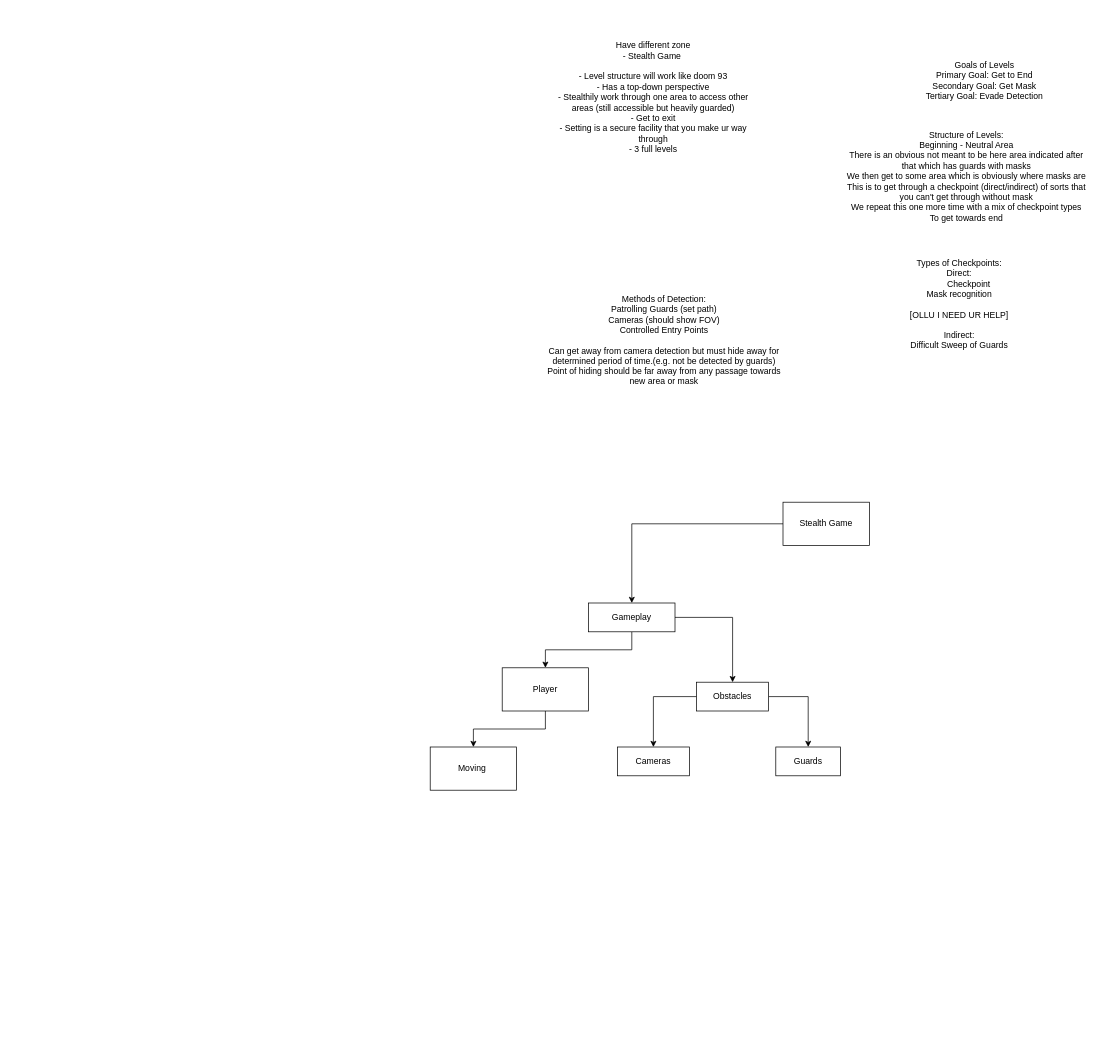
TheTagRapper/GGGJ-26-tagrap keeps this draw.io diagram as Comp Diagram.drawio. Above is the earlier version. Source tidied: cells renumbered, new cells numbered last; positions are measured from the earlier drawing's top-left corner, leaving out a move shared by most shapes. Both pictures are drawn from the tidied source at 72%, with x=0, y=0 at pixel (430, 41).
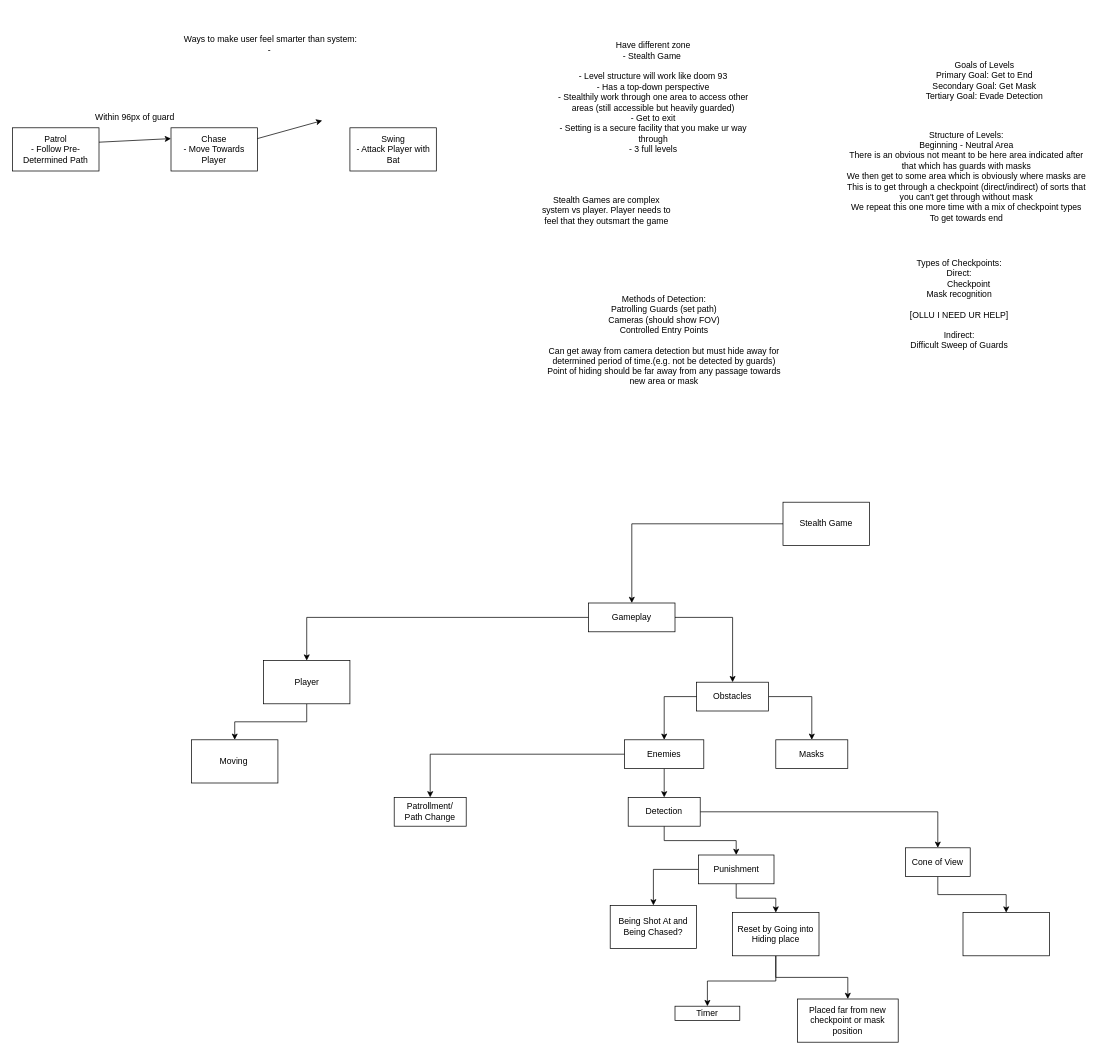
Above is the later version.

Commit message:
State for Camera + Guards required

Unchanged cells that the change refers to:
```xml
<mxCell id="17" value="Obstacles" style="whiteSpace=wrap;html=1;rounded=0;" parent="1" vertex="1">
  <mxGeometry x="370" y="890" width="100" height="40" as="geometry" />
</mxCell>
```

Diff of the diagram source:
```diff
@@
     <mxCell id="13" value="Player" style="whiteSpace=wrap;html=1;rounded=0;" parent="1" vertex="1">
-      <mxGeometry x="100" y="870" width="120" height="60" as="geometry" />
+      <mxGeometry x="-231.5" y="860" width="120" height="60" as="geometry" />
     </mxCell>
     <mxCell id="14" value="Moving&amp;nbsp;" style="whiteSpace=wrap;html=1;rounded=0;" parent="1" vertex="1">
-      <mxGeometry y="980" width="120" height="60" as="geometry" />
+      <mxGeometry x="-331.5" y="970" width="120" height="60" as="geometry" />
     </mxCell>
-    <mxCell id="15" style="edgeStyle=orthogonalEdgeStyle;rounded=0;jettySize=auto;html=1;" parent="1" edge="1" source="17" target="18">
-      <mxGeometry relative="1" as="geometry" />
-    </mxCell>
-    <mxCell id="16" style="edgeStyle=orthogonalEdgeStyle;rounded=0;jettySize=auto;html=1;" parent="1" edge="1" source="17" target="19">
-      <mxGeometry relative="1" as="geometry" />
-    </mxCell>
+    <mxCell id="20" style="edgeStyle=orthogonalEdgeStyle;rounded=0;jettySize=auto;html=1;" parent="1" edge="1" source="17" target="27">
+      <mxGeometry relative="1" as="geometry" />
+    </mxCell>
@@
-    <mxCell id="18" value="Cameras" style="whiteSpace=wrap;html=1;rounded=0;" parent="1" vertex="1">
-      <mxGeometry x="260" y="980" width="100" height="40" as="geometry" />
-    </mxCell>
-    <mxCell id="19" value="Guards" style="whiteSpace=wrap;html=1;rounded=0;" parent="1" vertex="1">
-      <mxGeometry x="480" y="980" width="90" height="40" as="geometry" />
-    </mxCell>
+    <mxCell id="21" style="edgeStyle=orthogonalEdgeStyle;rounded=0;jettySize=auto;html=1;" parent="1" edge="1" source="23" target="32">
+      <mxGeometry relative="1" as="geometry" />
+    </mxCell>
+    <mxCell id="22" style="edgeStyle=orthogonalEdgeStyle;rounded=0;jettySize=auto;html=1;" parent="1" edge="1" source="23" target="36">
+      <mxGeometry relative="1" as="geometry" />
+    </mxCell>
+    <mxCell id="23" value="Enemies" style="rounded=0;whiteSpace=wrap;html=1;" parent="1" vertex="1">
+      <mxGeometry x="270" y="970" width="110" height="40" as="geometry" />
+    </mxCell>
+    <mxCell id="24" style="endArrow=classic;html=1;rounded=0;exitX=0;exitY=0.5;exitDx=0;exitDy=0;entryX=0.5;entryY=0;entryDx=0;entryDy=0;" parent="1" edge="1" source="17" target="23">
+      <mxGeometry relative="1" as="geometry">
+        <Array as="points">
+          <mxPoint x="325" y="910" />
+        </Array>
+      </mxGeometry>
+    </mxCell>
+    <mxCell id="25" value="Stealth Games are complex system vs player. Player needs to feel that they outsmart the game" style="text;html=1;whiteSpace=wrap;strokeColor=none;fillColor=none;align=center;verticalAlign=middle;rounded=0;" parent="1" vertex="1">
+      <mxGeometry x="150" y="220" width="190" height="30" as="geometry" />
+    </mxCell>
+    <mxCell id="26" value="&lt;div&gt;Ways to make user feel smarter than system:&lt;/div&gt;-&amp;nbsp;" style="text;html=1;whiteSpace=wrap;strokeColor=none;fillColor=none;align=center;verticalAlign=middle;rounded=0;" parent="1" vertex="1">
+      <mxGeometry x="-353" y="-40" width="263" height="90" as="geometry" />
+    </mxCell>
+    <mxCell id="27" value="Masks" style="whiteSpace=wrap;html=1;rounded=0;" parent="1" vertex="1">
+      <mxGeometry x="480" y="970" width="100" height="40" as="geometry" />
+    </mxCell>
+    <mxCell id="28" style="edgeStyle=orthogonalEdgeStyle;rounded=0;jettySize=auto;html=1;" parent="1" edge="1" source="29" target="43">
+      <mxGeometry relative="1" as="geometry" />
+    </mxCell>
+    <mxCell id="29" value="Cone of View" style="whiteSpace=wrap;html=1;rounded=0;" parent="1" vertex="1">
+      <mxGeometry x="660" y="1120" width="90" height="40" as="geometry" />
+    </mxCell>
+    <mxCell id="30" style="edgeStyle=orthogonalEdgeStyle;rounded=0;jettySize=auto;html=1;" parent="1" edge="1" source="32" target="29">
+      <mxGeometry relative="1" as="geometry" />
+    </mxCell>
+    <mxCell id="31" style="edgeStyle=orthogonalEdgeStyle;rounded=0;jettySize=auto;html=1;" parent="1" edge="1" source="32" target="35">
+      <mxGeometry relative="1" as="geometry" />
+    </mxCell>
+    <mxCell id="32" value="Detection" style="whiteSpace=wrap;html=1;rounded=0;" parent="1" vertex="1">
+      <mxGeometry x="275" y="1050" width="100" height="40" as="geometry" />
+    </mxCell>
+    <mxCell id="33" style="edgeStyle=orthogonalEdgeStyle;rounded=0;jettySize=auto;html=1;" parent="1" edge="1" source="35" target="37">
+      <mxGeometry relative="1" as="geometry" />
+    </mxCell>
+    <mxCell id="34" style="edgeStyle=orthogonalEdgeStyle;rounded=0;jettySize=auto;html=1;" parent="1" edge="1" source="35" target="40">
+      <mxGeometry relative="1" as="geometry" />
+    </mxCell>
+    <mxCell id="35" value="Punishment" style="whiteSpace=wrap;html=1;rounded=0;" parent="1" vertex="1">
+      <mxGeometry x="372.5" y="1130" width="105" height="40" as="geometry" />
+    </mxCell>
+    <mxCell id="36" value="&lt;div&gt;Patrollment/&lt;/div&gt;&lt;div&gt;Path Change&lt;/div&gt;" style="whiteSpace=wrap;html=1;rounded=0;" parent="1" vertex="1">
+      <mxGeometry x="-50" y="1050" width="100" height="40" as="geometry" />
+    </mxCell>
+    <mxCell id="37" value="Being Shot At and Being Chased?" style="whiteSpace=wrap;html=1;rounded=0;" parent="1" vertex="1">
+      <mxGeometry x="250" y="1200" width="120" height="60" as="geometry" />
+    </mxCell>
+    <mxCell id="38" style="edgeStyle=orthogonalEdgeStyle;rounded=0;jettySize=auto;html=1;" parent="1" edge="1" source="40" target="41">
+      <mxGeometry relative="1" as="geometry" />
+    </mxCell>
+    <mxCell id="39" style="edgeStyle=orthogonalEdgeStyle;rounded=0;jettySize=auto;html=1;" parent="1" edge="1" source="40" target="42">
+      <mxGeometry relative="1" as="geometry" />
+    </mxCell>
+    <mxCell id="40" value="Reset by Going into Hiding place" style="whiteSpace=wrap;html=1;rounded=0;" parent="1" vertex="1">
+      <mxGeometry x="420" y="1210" width="120" height="60" as="geometry" />
+    </mxCell>
+    <mxCell id="41" value="Timer" style="whiteSpace=wrap;html=1;rounded=0;" parent="1" vertex="1">
+      <mxGeometry x="340" y="1340" width="90" height="20" as="geometry" />
+    </mxCell>
+    <mxCell id="42" value="Placed far from new checkpoint or mask position" style="whiteSpace=wrap;html=1;rounded=0;" parent="1" vertex="1">
+      <mxGeometry x="510" y="1330" width="140" height="60" as="geometry" />
+    </mxCell>
+    <mxCell id="43" style="whiteSpace=wrap;html=1;rounded=0;" parent="1" vertex="1">
+      <mxGeometry x="740" y="1210" width="120" height="60" as="geometry" />
+    </mxCell>
+    <mxCell id="44" value="&lt;div&gt;Patrol&lt;/div&gt;&lt;div&gt;- Follow Pre-Determined Path&lt;/div&gt;" style="whiteSpace=wrap;html=1;" parent="1" vertex="1">
+      <mxGeometry x="-580" y="120" width="120" height="60" as="geometry" />
+    </mxCell>
+    <mxCell id="45" value="&lt;div&gt;Chase&lt;/div&gt;&lt;div&gt;- Move Towards Player&lt;/div&gt;" style="rounded=0;whiteSpace=wrap;html=1;" parent="1" vertex="1">
+      <mxGeometry x="-360" y="120" width="120" height="60" as="geometry" />
+    </mxCell>
+    <mxCell id="46" value="&lt;div&gt;Swing&lt;/div&gt;&lt;div&gt;- Attack Player with&lt;/div&gt;&lt;div&gt;Bat&lt;/div&gt;" style="rounded=0;whiteSpace=wrap;html=1;" parent="1" vertex="1">
+      <mxGeometry x="-111.5" y="120" width="120" height="60" as="geometry" />
+    </mxCell>
+    <mxCell id="47" style="endArrow=classic;html=1;rounded=0;entryX=0;entryY=0.25;entryDx=0;entryDy=0;" parent="1" edge="1" target="45">
+      <mxGeometry relative="1" as="geometry">
+        <mxPoint x="-460" y="140" as="sourcePoint" />
+      </mxGeometry>
+    </mxCell>
+    <mxCell id="48" value="Within 96px of guard" style="text;html=1;whiteSpace=wrap;strokeColor=none;fillColor=none;align=center;verticalAlign=middle;rounded=0;" parent="1" vertex="1">
+      <mxGeometry x="-470" y="80" width="120" height="50" as="geometry" />
+    </mxCell>
+    <mxCell id="49" style="endArrow=classic;html=1;rounded=0;exitX=1;exitY=0.25;exitDx=0;exitDy=0;" parent="1" edge="1" source="45">
+      <mxGeometry relative="1" as="geometry">
+        <mxPoint x="-150" y="110" as="targetPoint" />
+      </mxGeometry>
+    </mxCell>
```
